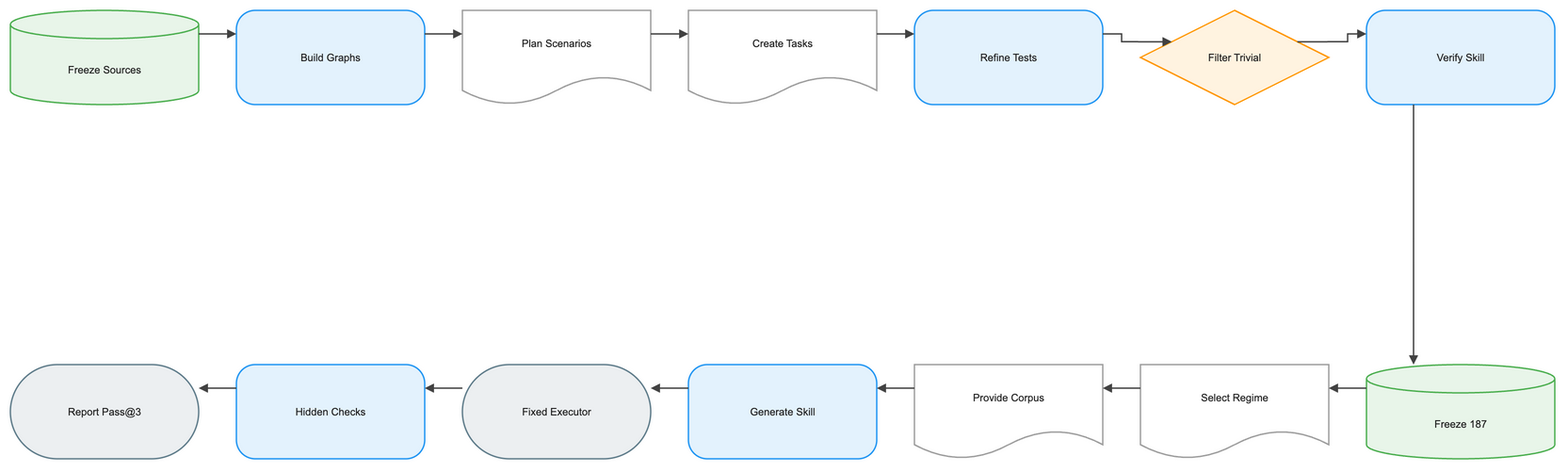
Before: client/public/drawio/SkillGenBench/SkillGenBench.en.png, a diagram exported from draw.io (joe1chief/benchmark-hub). Source tidied: cells renumbered, new cells last; positions are measured from the earlier drawing's top-left corner, leaving out a move shared by most shapes.
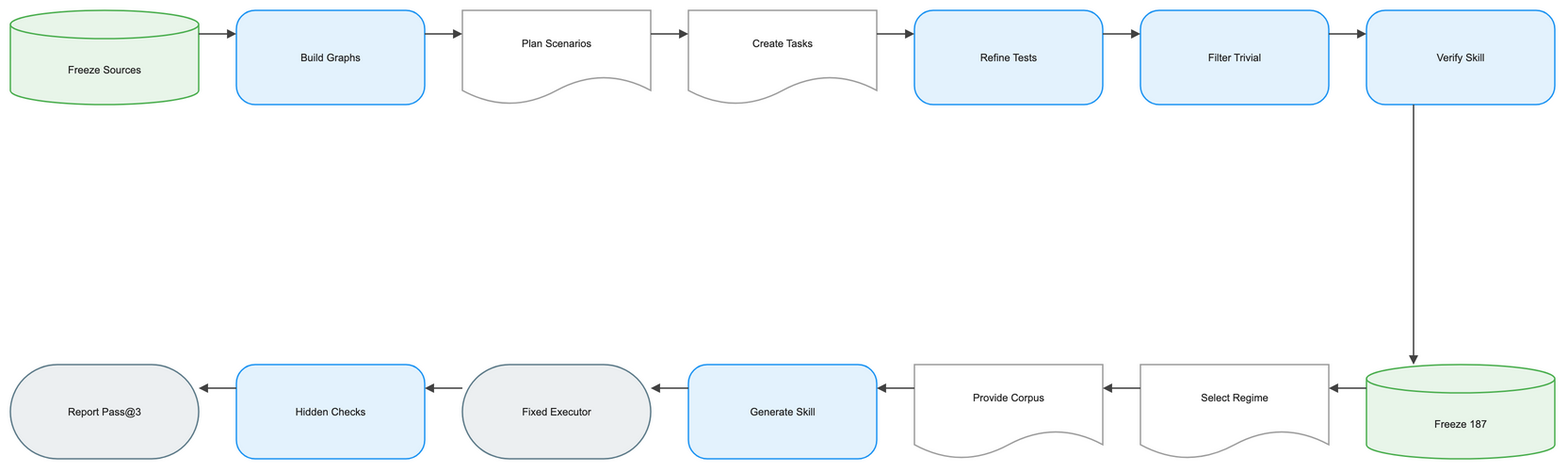
The same diagram one commit later.

The edit, as a diff of the source:
```diff
@@ -17,7 +17,7 @@
     <mxCell id="6" value="Refine Tests" style="rounded=1;arcSize=20;html=1;whiteSpace=wrap;fillColor=#E3F2FD;strokeColor=#2196F3;strokeWidth=1.5;fontColor=#212121;fontSize=11;fontFamily=Arial, Helvetica, sans-serif;verticalAlign=middle;align=center;" parent="1" vertex="1">
       <mxGeometry x="960" width="200" height="100" as="geometry" />
     </mxCell>
-    <mxCell id="7" value="Filter Trivial" style="rhombus;html=1;whiteSpace=wrap;fillColor=#FFF3E0;strokeColor=#FF9800;strokeWidth=1.5;fontColor=#212121;fontSize=11;fontFamily=Arial, Helvetica, sans-serif;verticalAlign=middle;align=center;" parent="1" vertex="1">
+    <mxCell id="7" value="Filter Trivial" style="rounded=1;arcSize=20;html=1;whiteSpace=wrap;fillColor=#E3F2FD;strokeColor=#2196F3;strokeWidth=1.5;fontColor=#212121;fontSize=11;fontFamily=Arial, Helvetica, sans-serif;verticalAlign=middle;align=center;" parent="1" vertex="1">
       <mxGeometry x="1200" width="200" height="100" as="geometry" />
     </mxCell>
     <mxCell id="8" value="Verify Skill" style="rounded=1;arcSize=20;html=1;whiteSpace=wrap;fillColor=#E3F2FD;strokeColor=#2196F3;strokeWidth=1.5;fontColor=#212121;fontSize=11;fontFamily=Arial, Helvetica, sans-serif;verticalAlign=middle;align=center;" parent="1" vertex="1">
```
